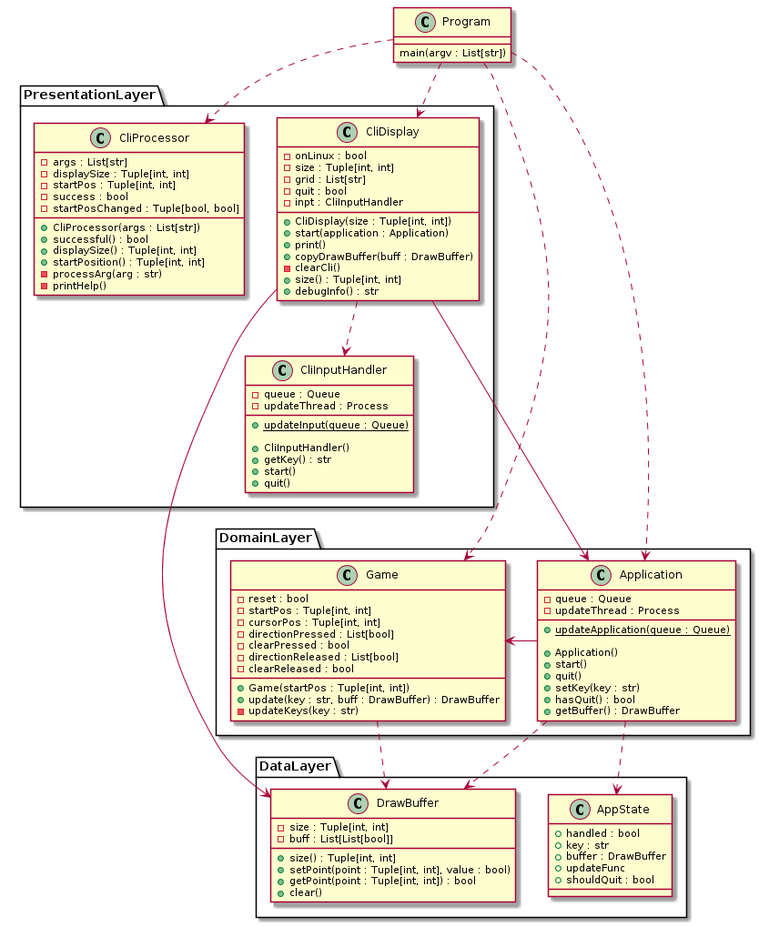
Above: hw01/docs/etch-a-sketch-class.png in blueOkiris/EmbeddedLinuxClass (PlantUML), before the change.
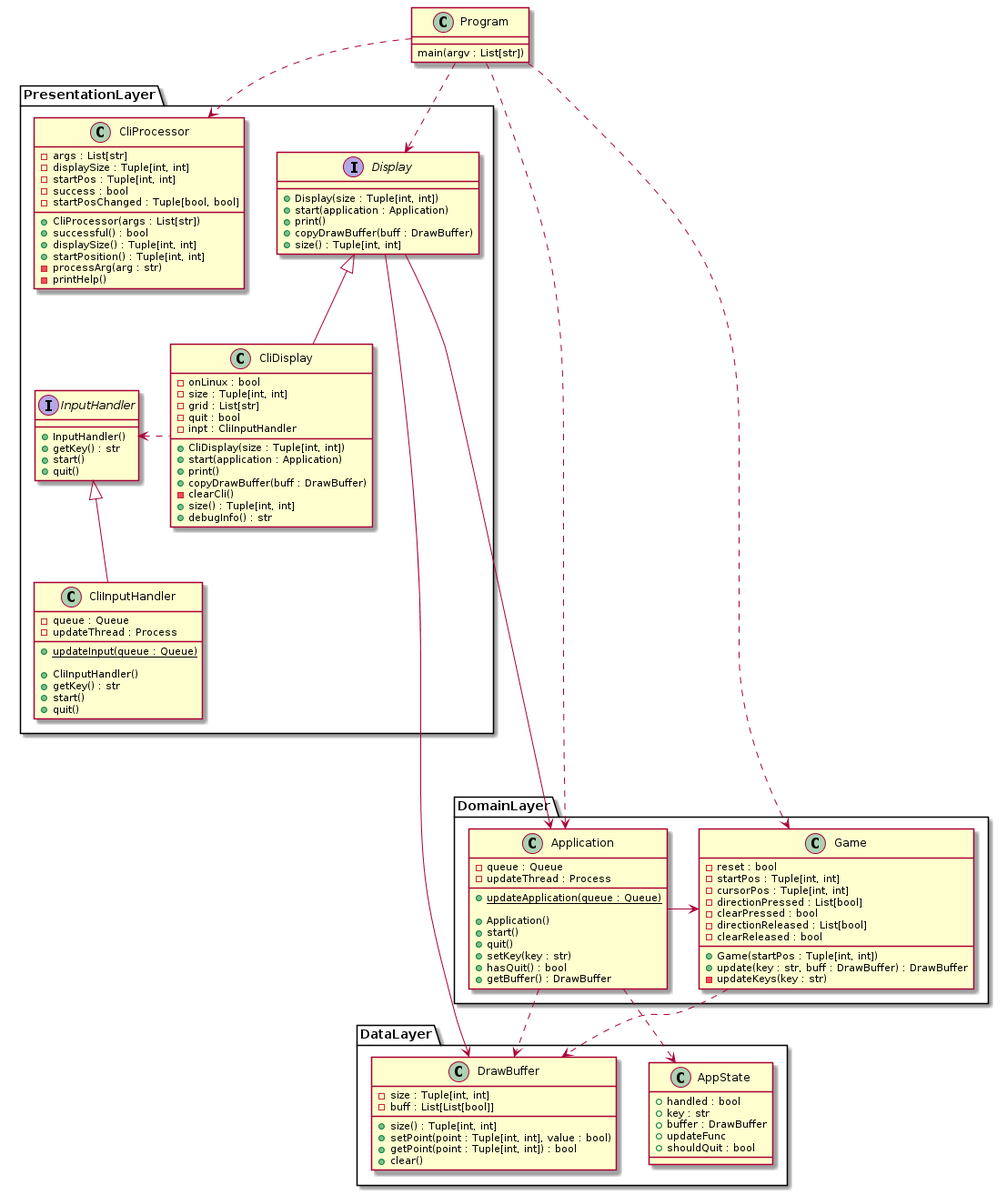
The same diagram one commit later.

Commit message:
Modified clidisplay and cliinputhandler to be 'implementing an interface' for display and inputhandler

The edit, as a diff of the source:
```diff
@@ -5,6 +5,14 @@
 }
 
 namespace PresentationLayer {
+    interface Display {
+        + Display(size : Tuple[int, int])
+        + start(application : Application)
+        + print()
+        + copyDrawBuffer(buff : DrawBuffer)
+        + size() : Tuple[int, int]
+    }
+
     class CliDisplay {
         - onLinux : bool
         - size : Tuple[int, int]
@@ -36,6 +44,13 @@
         - printHelp()
     }
 
+    interface InputHandler {
+        + InputHandler()
+        + getKey() : str
+        + start()
+        + quit()
+    }
+
     class CliInputHandler {
         - queue : Queue
         - updateThread : Process
@@ -48,7 +63,9 @@
         + quit()
     }
 
-    CliDisplay ..> CliInputHandler
+    CliDisplay .l.> InputHandler
+    CliDisplay -u-|> Display
+    CliInputHandler -u-|> InputHandler
 }
 
 namespace DomainLayer {
@@ -106,9 +123,9 @@
 Program ..> PresentationLayer.CliProcessor
 Program ...> DomainLayer.Game
 Program ...> DomainLayer.Application
-Program ..> PresentationLayer.CliDisplay
-PresentationLayer.CliDisplay ---> DomainLayer.Application
-PresentationLayer.CliDisplay ---> DataLayer.DrawBuffer
+Program ..> PresentationLayer.Display
+PresentationLayer.Display -----> DomainLayer.Application
+PresentationLayer.Display -----> DataLayer.DrawBuffer
 DomainLayer.Application ..> DataLayer.AppState
 DomainLayer.Application ..> DataLayer.DrawBuffer
 DomainLayer.Game ..> DataLayer.DrawBuffer
```
